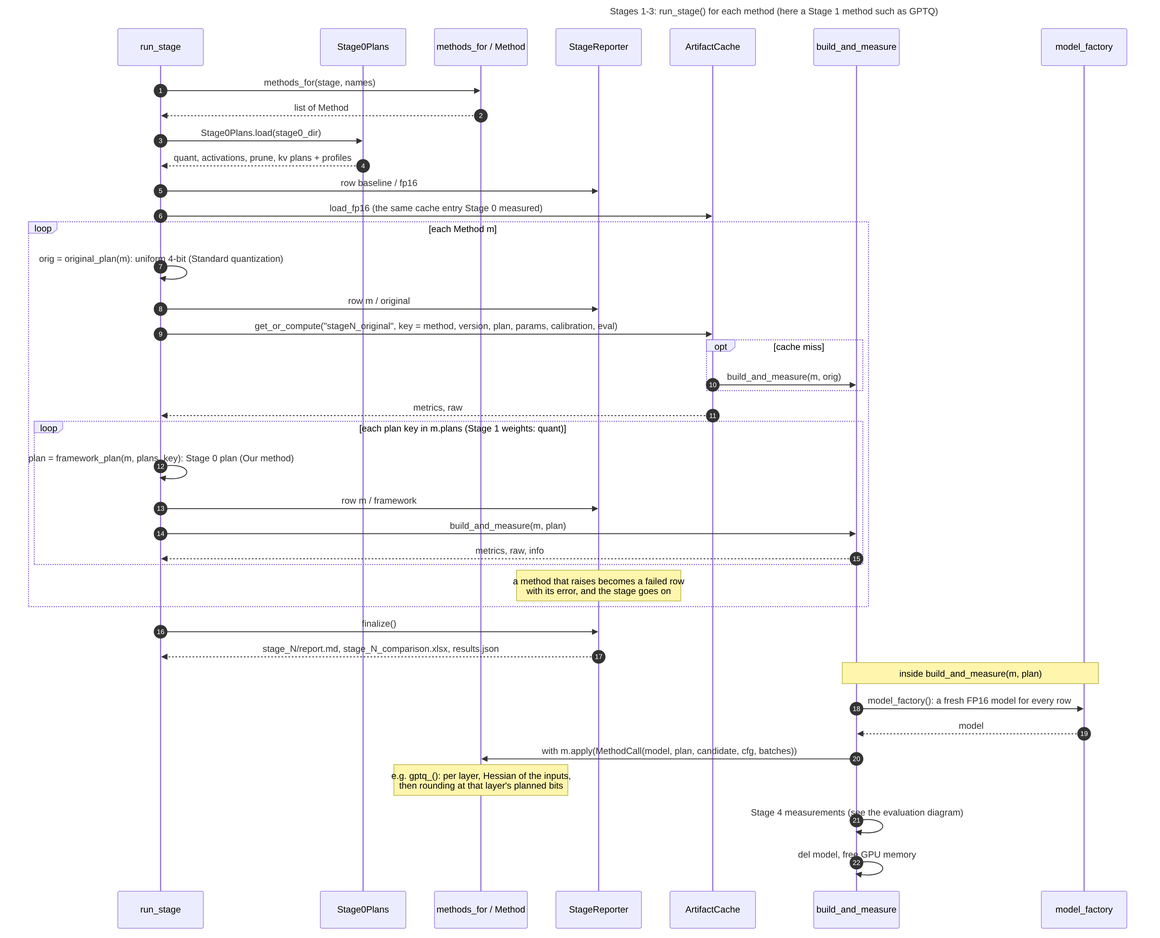
Above: docs/diagrams/seq-stage-method.png in hamuutpls/sensitivity-driven-framework (Mermaid), before the change. Its source is kept beside it as docs/diagrams/seq-stage-method.mmd.
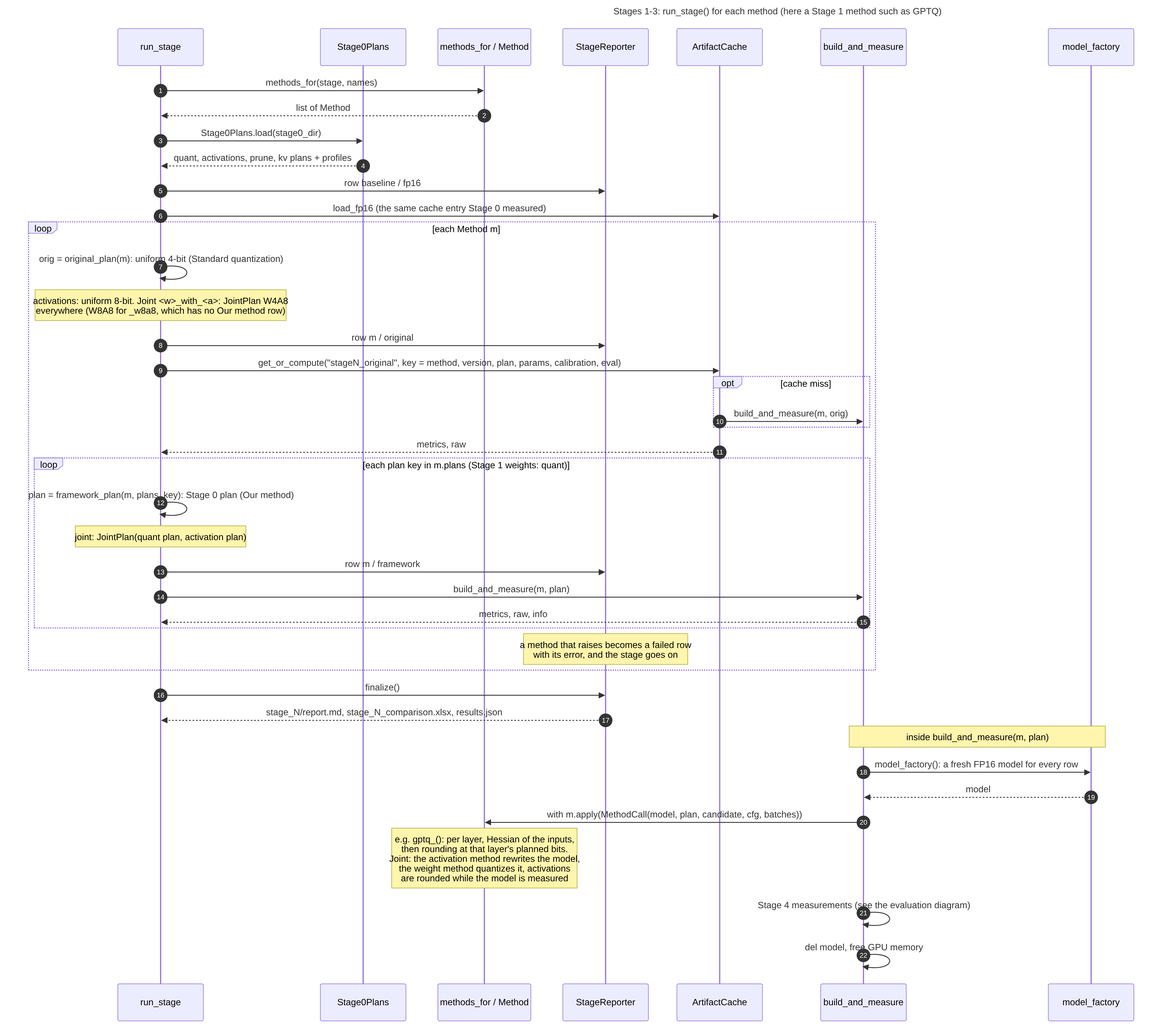
Above is the later version.

Commit message:
docs: draw joint weight+activation methods (JointPlan) in the diagrams (#56)

What changed in the source:
```diff
@@ -19,6 +19,7 @@
     RS->>C: load_fp16 (the same cache entry Stage 0 measured)
     loop each Method m
         RS->>RS: orig = original_plan(m): uniform 4-bit (Standard quantization)
+        Note over RS: activations: uniform 8-bit. Joint <w>_with_<a>: JointPlan W4A8<br/>everywhere (W8A8 for _w8a8, which has no Our method row)
         RS->>Rep: row m / original
         RS->>C: get_or_compute("stageN_original", key = method, version, plan, params, calibration, eval)
         opt cache miss
@@ -27,6 +28,7 @@
         C-->>RS: metrics, raw
         loop each plan key in m.plans (Stage 1 weights: quant)
             RS->>RS: plan = framework_plan(m, plans, key): Stage 0 plan (Our method)
+        Note over RS: joint: JointPlan(quant plan, activation plan)
             RS->>Rep: row m / framework
             RS->>BM: build_and_measure(m, plan)
             BM-->>RS: metrics, raw, info
@@ -40,6 +42,6 @@
     BM->>F: model_factory(): a fresh FP16 model for every row
     F-->>BM: model
     BM->>M: with m.apply(MethodCall(model, plan, candidate, cfg, batches))
-    Note over M: e.g. gptq_(): per layer, Hessian of the inputs,<br/>then rounding at that layer's planned bits
+    Note over M: e.g. gptq_(): per layer, Hessian of the inputs,<br/>then rounding at that layer's planned bits.<br/>Joint: the activation method rewrites the model,<br/>the weight method quantizes it, activations<br/>are rounded while the model is measured
     BM->>BM: Stage 4 measurements (see the evaluation diagram)
     BM->>BM: del model, free GPU memory
```
